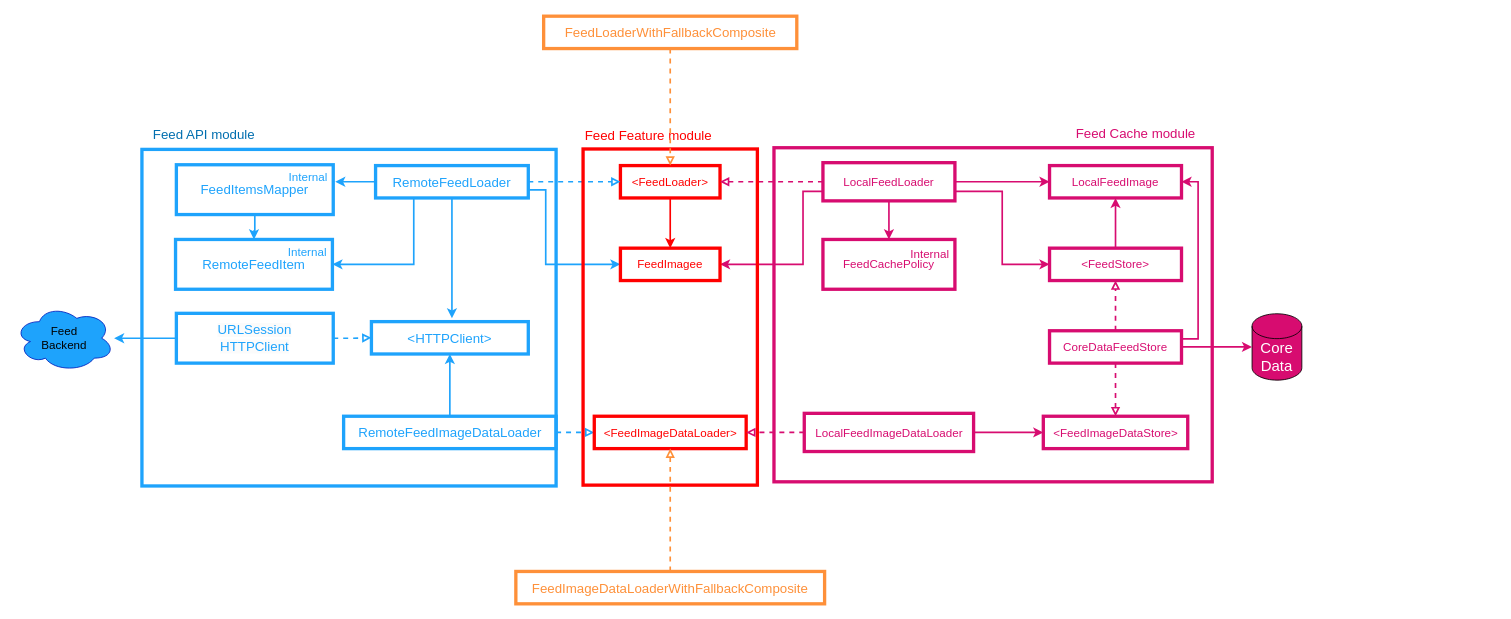
Above: Architecture Diagrams/Architecture_And_Modular_Design_Netowrking_Module.drawio in gopal-iosdev/essential-feed-case-study (draw.io), before the change. Source tidied: cells renumbered, new cells numbered last; positions are measured from the earlier drawing's top-left corner, leaving out a move shared by most shapes. Both pictures are drawn from the tidied source at 83%, with x=0, y=0 at pixel (14, 16).
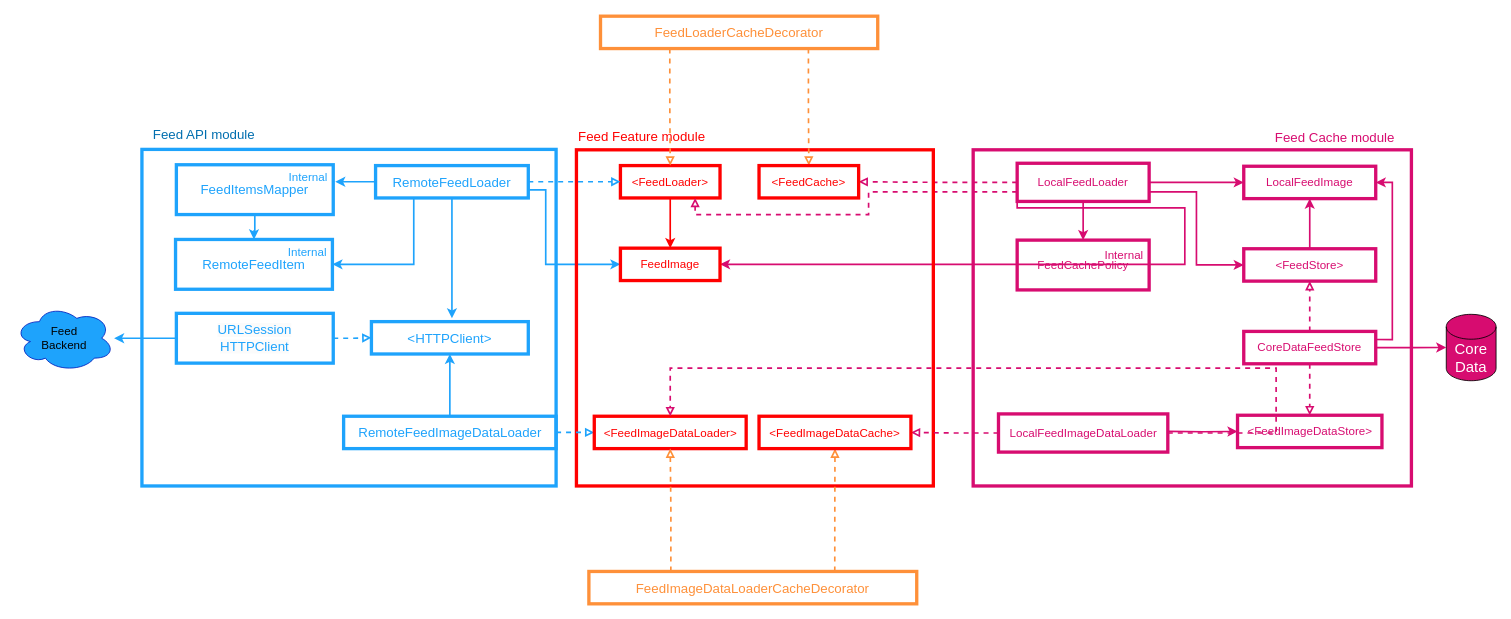
The same page after the edit.

Commit message:
Updated architecture diagram to  include feedloader and feedimagedataloader decorators

The change refers to these unchanged cells:
```xml
<mxCell id="3" value="&lt;font style=&quot;font-size: 14px;&quot;&gt;&amp;lt;FeedLoader&amp;gt;&lt;/font&gt;" style="rounded=0;whiteSpace=wrap;html=1;fillColor=none;strokeColor=#FF0000;strokeWidth=4;fontSize=14;fontColor=#FF0000;" parent="1" vertex="1">
  <mxGeometry x="730" y="180" width="120" height="39" as="geometry" />
</mxCell>
<mxCell id="46" value="&lt;font style=&quot;font-size: 14px;&quot;&gt;&amp;lt;FeedImageDataLoader&amp;gt;&lt;/font&gt;" style="rounded=0;whiteSpace=wrap;html=1;fillColor=none;strokeColor=#FF0000;strokeWidth=4;fontSize=14;fontColor=#FF0000;" parent="1" vertex="1">
  <mxGeometry x="698.5" y="482" width="183" height="39" as="geometry" />
</mxCell>
```

Diff of the diagram source:
```diff
@@
-    <mxCell id="4" style="edgeStyle=orthogonalEdgeStyle;rounded=0;jettySize=auto;html=1;entryX=1;entryY=0.5;entryDx=0;entryDy=0;strokeColor=#D70C70;strokeWidth=2;endArrow=block;endFill=0;dashed=1;" parent="1" edge="1" source="9" target="3">
-      <mxGeometry relative="1" as="geometry" />
-    </mxCell>
     <mxCell id="5" style="edgeStyle=orthogonalEdgeStyle;rounded=0;jettySize=auto;html=1;exitX=0;exitY=0.75;exitDx=0;exitDy=0;entryX=1;entryY=0.5;entryDx=0;entryDy=0;strokeColor=#D70C70;strokeWidth=2;" parent="1" edge="1" source="9" target="32">
       <mxGeometry relative="1" as="geometry">
         <Array as="points">
-          <mxPoint x="950" y="211" />
-          <mxPoint x="950" y="299" />
+          <mxPoint x="1410" y="231" />
+          <mxPoint x="1410" y="299" />
         </Array>
       </mxGeometry>
     </mxCell>
@@
+    <mxCell id="56" style="edgeStyle=orthogonalEdgeStyle;rounded=0;jettySize=auto;html=1;exitX=0;exitY=0.5;exitDx=0;exitDy=0;entryX=1;entryY=0.5;entryDx=0;entryDy=0;strokeColor=#D70C70;strokeWidth=2;dashed=1;endArrow=block;endFill=0;" parent="1" edge="1" source="9" target="61">
+      <mxGeometry relative="1" as="geometry" />
+    </mxCell>
+    <mxCell id="4" style="edgeStyle=orthogonalEdgeStyle;rounded=0;jettySize=auto;html=1;exitX=0;exitY=0.75;exitDx=0;exitDy=0;entryX=0.75;entryY=1;entryDx=0;entryDy=0;strokeColor=#D70C70;strokeWidth=2;dashed=1;endArrow=block;endFill=0;" parent="1" edge="1" source="9" target="3">
+      <mxGeometry relative="1" as="geometry" />
+    </mxCell>
     <mxCell id="9" value="&lt;font style=&quot;font-size: 14px;&quot;&gt;LocalFeedLoader&lt;/font&gt;" style="rounded=0;whiteSpace=wrap;html=1;fillColor=none;strokeColor=#D70C70;strokeWidth=4;fontColor=#D70C70;fontSize=14;" parent="1" vertex="1">
-      <mxGeometry x="974" y="176.5" width="159" height="46" as="geometry" />
+      <mxGeometry x="1208" y="177.2" width="159" height="46" as="geometry" />
     </mxCell>
@@
     <mxCell id="28" value="&lt;font style=&quot;font-size: 14px;&quot;&gt;LocalFeedImage&lt;/font&gt;" style="rounded=0;whiteSpace=wrap;html=1;fillColor=none;strokeColor=#D70C70;strokeWidth=4;fontColor=#D70C70;fontSize=14;" parent="1" vertex="1">
-      <mxGeometry x="1247" y="180" width="159" height="39" as="geometry" />
+      <mxGeometry x="1481" y="180.8" width="159" height="39" as="geometry" />
     </mxCell>
@@
     <mxCell id="30" value="&lt;font style=&quot;font-size: 14px;&quot;&gt;&amp;lt;FeedStore&amp;gt;&lt;/font&gt;" style="rounded=0;whiteSpace=wrap;html=1;fillColor=none;strokeColor=#D70C70;strokeWidth=4;fontColor=#D70C70;fontSize=14;" parent="1" vertex="1">
-      <mxGeometry x="1247" y="279.5" width="159" height="39" as="geometry" />
+      <mxGeometry x="1481" y="280.2" width="159" height="39" as="geometry" />
     </mxCell>
     <mxCell id="31" value="Feed Cache module" style="text;html=1;strokeColor=none;fillColor=none;align=center;verticalAlign=middle;whiteSpace=wrap;rounded=0;strokeWidth=0;fontColor=#D70C70;fontStyle=0;fontSize=16;" parent="1" vertex="1">
-      <mxGeometry x="1272" y="126" width="158" height="30" as="geometry" />
+      <mxGeometry x="1512" y="131" width="158" height="30" as="geometry" />
     </mxCell>
-    <mxCell id="32" value="&lt;font style=&quot;font-size: 14px;&quot;&gt;FeedImagee&lt;/font&gt;" style="rounded=0;whiteSpace=wrap;html=1;fillColor=none;strokeColor=#FF0000;strokeWidth=4;fontSize=14;fontColor=#FF0000;" parent="1" vertex="1">
+    <mxCell id="32" value="&lt;font style=&quot;font-size: 14px;&quot;&gt;FeedImage&lt;/font&gt;" style="rounded=0;whiteSpace=wrap;html=1;fillColor=none;strokeColor=#FF0000;strokeWidth=4;fontSize=14;fontColor=#FF0000;" parent="1" vertex="1">
       <mxGeometry x="730" y="279.5" width="120" height="39" as="geometry" />
     </mxCell>
     <mxCell id="33" style="rounded=0;whiteSpace=wrap;html=1;fillColor=none;strokeWidth=4;strokeColor=#ff0000;" parent="1" vertex="1">
-      <mxGeometry x="685" y="160" width="210" height="405" as="geometry" />
+      <mxGeometry x="677" y="161" width="430" height="405" as="geometry" />
     </mxCell>
@@
     <mxCell id="37" value="&lt;font style=&quot;font-size: 14px;&quot;&gt;CoreDataFeedStore&lt;br&gt;&lt;/font&gt;" style="rounded=0;whiteSpace=wrap;html=1;fillColor=none;strokeColor=#D70C70;strokeWidth=4;fontSize=14;gradientColor=#b3b3b3;fontColor=#D70C70;" parent="1" vertex="1">
-      <mxGeometry x="1247" y="379" width="159" height="39" as="geometry" />
+      <mxGeometry x="1481" y="379.8" width="159" height="39" as="geometry" />
     </mxCell>
     <mxCell id="38" style="rounded=0;whiteSpace=wrap;html=1;fillColor=none;strokeWidth=4;strokeColor=#D70C70;" parent="1" vertex="1">
-      <mxGeometry x="915" y="158.5" width="528" height="402.5" as="geometry" />
+      <mxGeometry x="1155" y="161" width="528" height="405" as="geometry" />
     </mxCell>
     <mxCell id="39" value="&lt;font style=&quot;font-size: 14px;&quot;&gt;FeedCachePolicy&lt;/font&gt;" style="rounded=0;whiteSpace=wrap;html=1;fillColor=none;strokeColor=#D70C70;strokeWidth=4;fontColor=#D70C70;fontSize=14;" parent="1" vertex="1">
-      <mxGeometry x="974" y="269" width="159" height="60" as="geometry" />
+      <mxGeometry x="1208" y="269.8" width="159" height="60" as="geometry" />
     </mxCell>
     <mxCell id="40" value="&lt;font style=&quot;font-size: 14px;&quot;&gt;Internal&lt;/font&gt;" style="text;html=1;strokeColor=none;fillColor=none;align=center;verticalAlign=middle;whiteSpace=wrap;rounded=0;labelPosition=center;verticalLabelPosition=middle;fontColor=#D70C70;" parent="1" vertex="1">
-      <mxGeometry x="1073" y="272" width="60" height="30" as="geometry" />
+      <mxGeometry x="1307" y="272.8" width="60" height="30" as="geometry" />
     </mxCell>
     <mxCell id="41" value="&lt;font color=&quot;#ffffff&quot; style=&quot;font-size: 18px;&quot;&gt;Core&lt;br&gt;Data&lt;/font&gt;" style="shape=cylinder3;whiteSpace=wrap;html=1;boundedLbl=1;backgroundOutline=1;size=15;strokeColor=#000000;gradientColor=none;fillColor=#D70C70;gradientDirection=north;strokeWidth=1;" parent="1" vertex="1">
-      <mxGeometry x="1491" y="358.5" width="60" height="80" as="geometry" />
+      <mxGeometry x="1725" y="359.2" width="60" height="80" as="geometry" />
     </mxCell>
@@
     <mxCell id="45" value="Feed Feature module" style="text;html=1;strokeColor=none;fillColor=none;align=center;verticalAlign=middle;whiteSpace=wrap;rounded=0;strokeWidth=0;fontColor=#FF0000;fontStyle=0;fontSize=16;" parent="1" vertex="1">
-      <mxGeometry x="685" y="129" width="158" height="30" as="geometry" />
+      <mxGeometry x="677" y="130" width="158" height="30" as="geometry" />
     </mxCell>
@@
+    <mxCell id="48" style="edgeStyle=orthogonalEdgeStyle;rounded=0;jettySize=auto;html=1;entryX=0;entryY=0.5;entryDx=0;entryDy=0;strokeColor=#D70C70;strokeWidth=2;" parent="1" edge="1" target="50">
+      <mxGeometry relative="1" as="geometry">
+        <mxPoint x="1389.5" y="500.2" as="sourcePoint" />
+      </mxGeometry>
+    </mxCell>
+    <mxCell id="57" style="edgeStyle=orthogonalEdgeStyle;rounded=0;jettySize=auto;html=1;strokeColor=#D70C70;strokeWidth=2;dashed=1;endArrow=block;endFill=0;" parent="1" edge="1" source="49" target="60">
+      <mxGeometry relative="1" as="geometry" />
+    </mxCell>
-    <mxCell id="47" style="edgeStyle=orthogonalEdgeStyle;rounded=0;jettySize=auto;html=1;entryX=1;entryY=0.5;entryDx=0;entryDy=0;strokeColor=#D70C70;strokeWidth=2;endArrow=block;endFill=0;dashed=1;" parent="1" edge="1" source="49" target="46">
-      <mxGeometry relative="1" as="geometry" />
+    <mxCell id="47" style="edgeStyle=orthogonalEdgeStyle;rounded=0;jettySize=auto;html=1;entryX=0.5;entryY=0;entryDx=0;entryDy=0;strokeColor=#D70C70;strokeWidth=2;dashed=1;endArrow=block;endFill=0;" parent="1" edge="1" source="49" target="46">
+      <mxGeometry relative="1" as="geometry">
+        <Array as="points">
+          <mxPoint x="1520" y="424" />
+          <mxPoint x="790" y="424" />
+        </Array>
+      </mxGeometry>
     </mxCell>
-    <mxCell id="48" style="edgeStyle=orthogonalEdgeStyle;rounded=0;jettySize=auto;html=1;entryX=0;entryY=0.5;entryDx=0;entryDy=0;strokeColor=#D70C70;strokeWidth=2;" parent="1" edge="1" source="49" target="50">
-      <mxGeometry relative="1" as="geometry" />
-    </mxCell>
     <mxCell id="49" value="LocalFeedImageDataLoader" style="rounded=0;whiteSpace=wrap;html=1;fillColor=none;strokeColor=#D70C70;strokeWidth=4;fontColor=#D70C70;fontSize=14;" parent="1" vertex="1">
-      <mxGeometry x="951.5" y="478.5" width="204" height="46" as="geometry" />
+      <mxGeometry x="1185.5" y="479.2" width="204" height="46" as="geometry" />
     </mxCell>
     <mxCell id="50" value="&lt;font style=&quot;font-size: 14px;&quot;&gt;&amp;lt;FeedImageDataStore&amp;gt;&lt;br&gt;&lt;/font&gt;" style="rounded=0;whiteSpace=wrap;html=1;fillColor=none;strokeColor=#D70C70;strokeWidth=4;fontSize=14;gradientColor=#b3b3b3;fontColor=#D70C70;" parent="1" vertex="1">
-      <mxGeometry x="1239.5" y="482" width="174" height="39" as="geometry" />
+      <mxGeometry x="1473.5" y="480.8" width="174" height="39" as="geometry" />
     </mxCell>
@@
-    <mxCell id="52" style="edgeStyle=orthogonalEdgeStyle;rounded=0;jettySize=auto;html=1;entryX=0.5;entryY=0;entryDx=0;entryDy=0;strokeWidth=2;strokeColor=#fe9039;dashed=1;endArrow=block;endFill=0;" parent="1" edge="1" source="53" target="3">
+    <mxCell id="52" style="edgeStyle=orthogonalEdgeStyle;rounded=0;jettySize=auto;html=1;exitX=0.25;exitY=1;exitDx=0;exitDy=0;entryX=0.5;entryY=0;entryDx=0;entryDy=0;strokeWidth=2;strokeColor=#FE9039;dashed=1;endArrow=block;endFill=0;" parent="1" edge="1" source="53" target="3">
       <mxGeometry relative="1" as="geometry" />
     </mxCell>
+    <mxCell id="58" style="edgeStyle=orthogonalEdgeStyle;rounded=0;jettySize=auto;html=1;exitX=0.75;exitY=1;exitDx=0;exitDy=0;entryX=0.5;entryY=0;entryDx=0;entryDy=0;strokeWidth=2;strokeColor=#FE9039;dashed=1;endArrow=block;endFill=0;" parent="1" edge="1" source="53" target="61">
+      <mxGeometry relative="1" as="geometry" />
+    </mxCell>
-    <mxCell id="53" value="&lt;font style=&quot;font-size: 16px;&quot;&gt;FeedLoaderWithFallbackComposite&lt;/font&gt;" style="rounded=0;whiteSpace=wrap;html=1;fillColor=none;strokeColor=#fe9039;strokeWidth=4;fontColor=#FE9039;fontSize=16;" parent="1" vertex="1">
-      <mxGeometry x="637.5" width="305" height="39" as="geometry" />
+    <mxCell id="53" value="&lt;font style=&quot;font-size: 16px;&quot;&gt;FeedLoaderCacheDecorator&lt;/font&gt;" style="rounded=0;whiteSpace=wrap;html=1;fillColor=none;strokeColor=#fe9039;strokeWidth=4;fontColor=#FE9039;fontSize=16;" parent="1" vertex="1">
+      <mxGeometry x="706" width="334" height="39" as="geometry" />
     </mxCell>
-    <mxCell id="54" style="edgeStyle=orthogonalEdgeStyle;rounded=0;jettySize=auto;html=1;entryX=0.5;entryY=1;entryDx=0;entryDy=0;strokeWidth=2;strokeColor=#fe9039;dashed=1;endArrow=block;endFill=0;" parent="1" edge="1" source="55" target="46">
+    <mxCell id="54" style="edgeStyle=orthogonalEdgeStyle;rounded=0;jettySize=auto;html=1;exitX=0.25;exitY=0;exitDx=0;exitDy=0;entryX=0.5;entryY=1;entryDx=0;entryDy=0;strokeWidth=2;strokeColor=#FE9039;dashed=1;endArrow=block;endFill=0;" parent="1" edge="1" source="55" target="46">
       <mxGeometry relative="1" as="geometry" />
     </mxCell>
+    <mxCell id="59" style="edgeStyle=orthogonalEdgeStyle;rounded=0;jettySize=auto;html=1;exitX=0.75;exitY=0;exitDx=0;exitDy=0;entryX=0.5;entryY=1;entryDx=0;entryDy=0;strokeWidth=2;strokeColor=#FE9039;dashed=1;endArrow=block;endFill=0;" parent="1" edge="1" source="55" target="60">
+      <mxGeometry relative="1" as="geometry" />
+    </mxCell>
-    <mxCell id="55" value="FeedImageDataLoaderWithFallbackComposite" style="rounded=0;whiteSpace=wrap;html=1;fillColor=none;strokeColor=#FE9039;strokeWidth=4;fontColor=#FE9039;fontSize=16;" parent="1" vertex="1">
-      <mxGeometry x="604" y="669" width="372" height="39" as="geometry" />
+    <mxCell id="55" value="FeedImageDataLoaderCacheDecorator" style="rounded=0;whiteSpace=wrap;html=1;fillColor=none;strokeColor=#FE9039;strokeWidth=4;fontColor=#FE9039;fontSize=16;" parent="1" vertex="1">
+      <mxGeometry x="692" y="669" width="395" height="39" as="geometry" />
     </mxCell>
+    <mxCell id="60" value="&lt;font style=&quot;font-size: 14px;&quot;&gt;&amp;lt;FeedImageDataCache&amp;gt;&lt;/font&gt;" style="rounded=0;whiteSpace=wrap;html=1;fillColor=none;strokeColor=#FF0000;strokeWidth=4;fontSize=14;fontColor=#FF0000;" parent="1" vertex="1">
+      <mxGeometry x="897" y="482" width="183" height="39" as="geometry" />
+    </mxCell>
+    <mxCell id="61" value="&lt;font style=&quot;font-size: 14px;&quot;&gt;&amp;lt;FeedCache&amp;gt;&lt;/font&gt;" style="rounded=0;whiteSpace=wrap;html=1;fillColor=none;strokeColor=#FF0000;strokeWidth=4;fontSize=14;fontColor=#FF0000;" parent="1" vertex="1">
+      <mxGeometry x="897" y="180" width="120" height="39" as="geometry" />
+    </mxCell>
```
